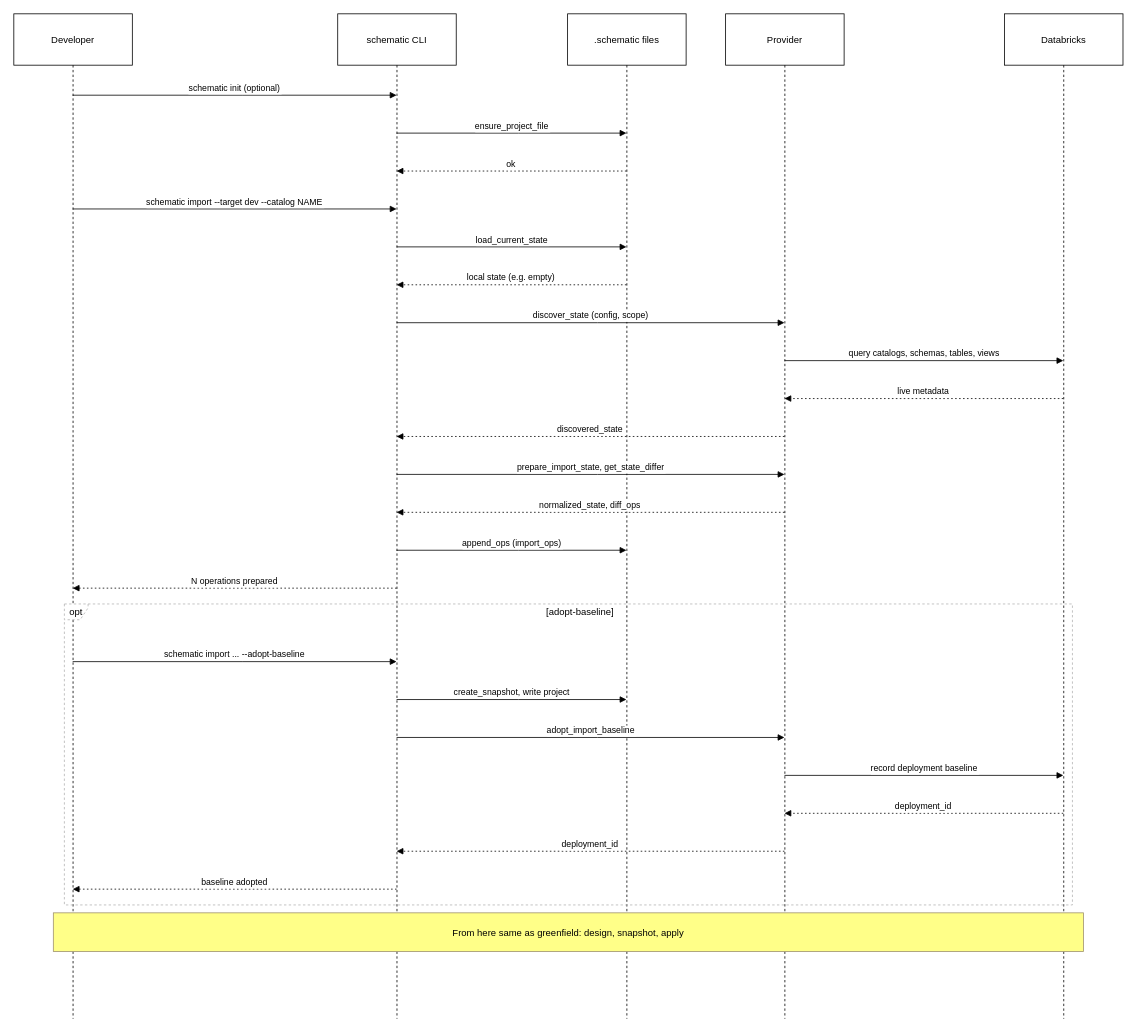
Before: page "Import" (4 of 5) of docs/schematic-wrokflows.drawio in vb-dbrks/schemax, a draw.io diagram. Source tidied: cells renumbered, new cells numbered last; positions are measured from the earlier drawing's top-left corner, leaving out a move shared by most shapes. Both pictures are drawn from the tidied source at 79%, with x=0, y=0 at pixel (13, 13).
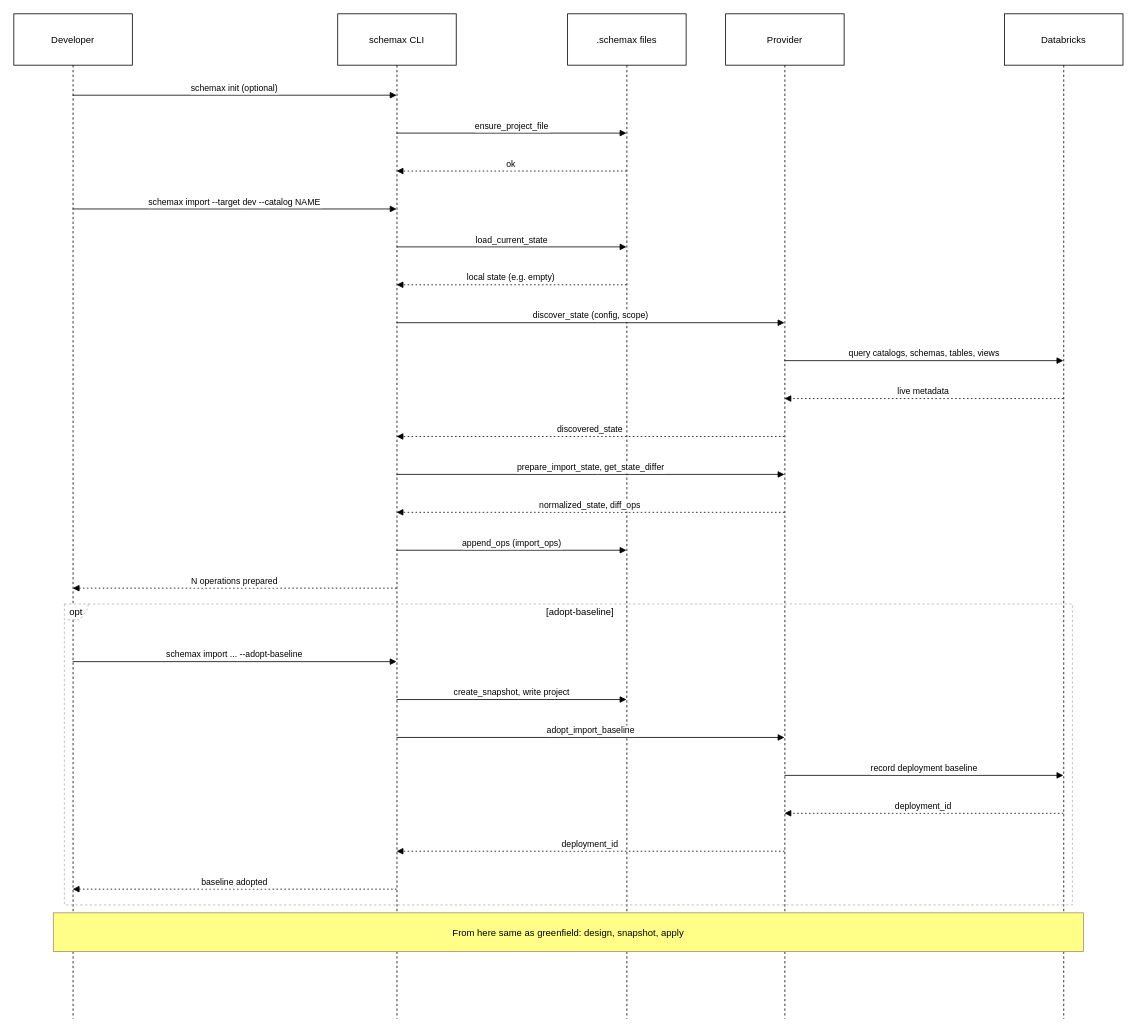
Above is the later version.

The change refers to these unchanged cells:
```xml
<mxCell id="2" value="Developer" style="shape=umlLifeline;perimeter=lifelinePerimeter;whiteSpace=wrap;outlineConnect=0;portConstraint=eastwest;newEdgeStyle={&quot;edgeStyle&quot;:&quot;elbowEdgeStyle&quot;,&quot;elbow&quot;:&quot;vertical&quot;,&quot;curved&quot;:0,&quot;rounded&quot;:0};size=65;" parent="1" vertex="1">
  <mxGeometry width="150" height="1272" as="geometry" />
</mxCell>
```

What changed in the source:
```diff
@@
-    <mxCell id="3" value="schematic CLI" style="shape=umlLifeline;perimeter=lifelinePerimeter;whiteSpace=wrap;outlineConnect=0;portConstraint=eastwest;newEdgeStyle={&quot;edgeStyle&quot;:&quot;elbowEdgeStyle&quot;,&quot;elbow&quot;:&quot;vertical&quot;,&quot;curved&quot;:0,&quot;rounded&quot;:0};size=65;" parent="1" vertex="1">
+    <mxCell id="3" value="schemax CLI" style="shape=umlLifeline;perimeter=lifelinePerimeter;whiteSpace=wrap;outlineConnect=0;portConstraint=eastwest;newEdgeStyle={&quot;edgeStyle&quot;:&quot;elbowEdgeStyle&quot;,&quot;elbow&quot;:&quot;vertical&quot;,&quot;curved&quot;:0,&quot;rounded&quot;:0};size=65;" parent="1" vertex="1">
       <mxGeometry x="410" width="150" height="1272" as="geometry" />
     </mxCell>
-    <mxCell id="4" value=".schematic files" style="shape=umlLifeline;perimeter=lifelinePerimeter;whiteSpace=wrap;outlineConnect=0;portConstraint=eastwest;newEdgeStyle={&quot;edgeStyle&quot;:&quot;elbowEdgeStyle&quot;,&quot;elbow&quot;:&quot;vertical&quot;,&quot;curved&quot;:0,&quot;rounded&quot;:0};size=65;" parent="1" vertex="1">
+    <mxCell id="4" value=".schemax files" style="shape=umlLifeline;perimeter=lifelinePerimeter;whiteSpace=wrap;outlineConnect=0;portConstraint=eastwest;newEdgeStyle={&quot;edgeStyle&quot;:&quot;elbowEdgeStyle&quot;,&quot;elbow&quot;:&quot;vertical&quot;,&quot;curved&quot;:0,&quot;rounded&quot;:0};size=65;" parent="1" vertex="1">
       <mxGeometry x="701" width="150" height="1272" as="geometry" />
     </mxCell>
@@
-    <mxCell id="9" value="schematic init (optional)" style="verticalAlign=bottom;edgeStyle=elbowEdgeStyle;elbow=vertical;curved=0;rounded=0;endArrow=block;" parent="1" edge="1" source="2" target="3">
+    <mxCell id="9" value="schemax init (optional)" style="verticalAlign=bottom;edgeStyle=elbowEdgeStyle;elbow=vertical;curved=0;rounded=0;endArrow=block;" parent="1" edge="1" source="2" target="3">
       <mxGeometry relative="1" as="geometry">
         <Array as="points">
           <mxPoint x="289" y="103" />
         </Array>
       </mxGeometry>
     </mxCell>
@@
-    <mxCell id="12" value="schematic import --target dev --catalog NAME" style="verticalAlign=bottom;edgeStyle=elbowEdgeStyle;elbow=vertical;curved=0;rounded=0;endArrow=block;" parent="1" edge="1" source="2" target="3">
+    <mxCell id="12" value="schemax import --target dev --catalog NAME" style="verticalAlign=bottom;edgeStyle=elbowEdgeStyle;elbow=vertical;curved=0;rounded=0;endArrow=block;" parent="1" edge="1" source="2" target="3">
       <mxGeometry relative="1" as="geometry">
         <Array as="points">
           <mxPoint x="289" y="247" />
         </Array>
       </mxGeometry>
     </mxCell>
@@
-    <mxCell id="23" value="schematic import ... --adopt-baseline" style="verticalAlign=bottom;edgeStyle=elbowEdgeStyle;elbow=vertical;curved=0;rounded=0;endArrow=block;" parent="1" edge="1" source="2" target="3">
+    <mxCell id="23" value="schemax import ... --adopt-baseline" style="verticalAlign=bottom;edgeStyle=elbowEdgeStyle;elbow=vertical;curved=0;rounded=0;endArrow=block;" parent="1" edge="1" source="2" target="3">
       <mxGeometry relative="1" as="geometry">
         <Array as="points">
           <mxPoint x="289" y="820" />
         </Array>
       </mxGeometry>
     </mxCell>
```
